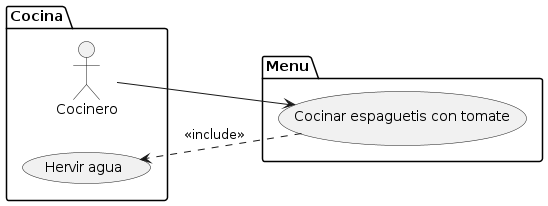
Before: cmake-build-debug/TFG/Diagrams/UseCaseDiagram.png, a diagram exported from PlantUML (craboftw/TFG).
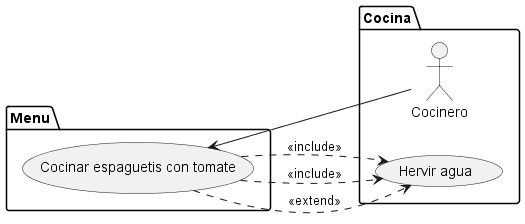
Later version of the same file.

Change to the diagram source:
```diff
@@ -9,4 +9,6 @@
 }
 AC1 --> UC2
 UC2 ..> UC1 : <<include>>
+UC2 ..> UC1 : <<include>>
+UC2 ..> UC1 : <<extend>>
 @enduml
```
